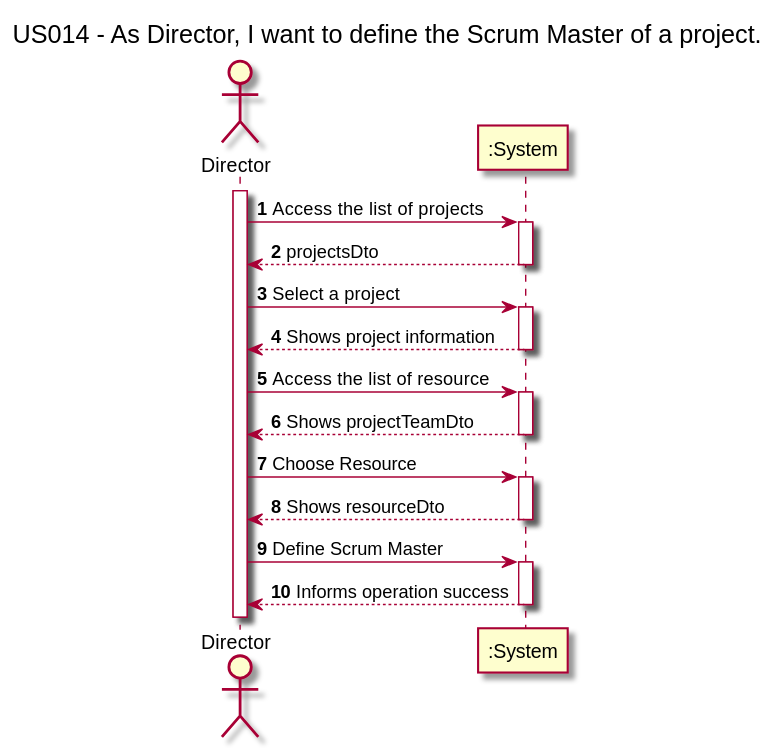
nunogon1211787/projectManagement keeps this PlantUML diagram as docs/Sprint2/US014/US014-SSD.svg. Above is the earlier version.
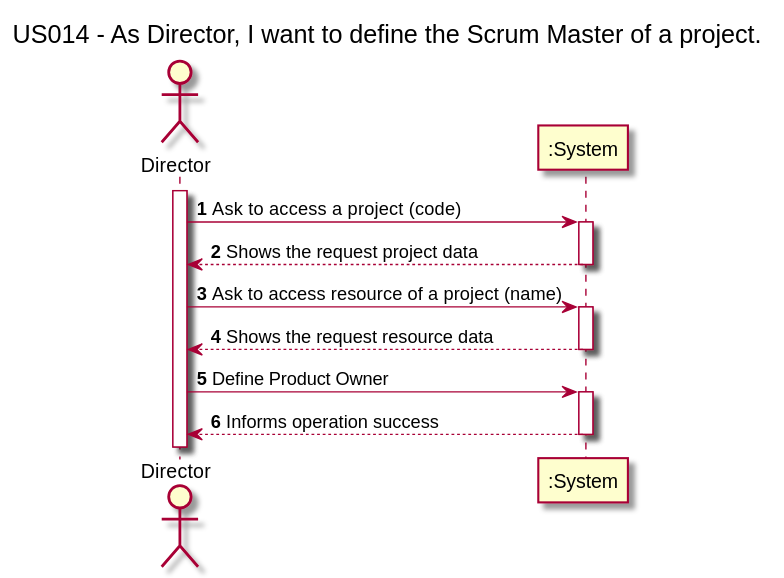
Later version of the same file.

The edit, as a diff of the source:
```diff
@@ -9,16 +9,11 @@
 
 activate Director
 
-Director -> System: Access the list of projects
-System --> Director: projectsDto
-Director -> System: Select a project
-System --> Director: Shows project information
-Director -> System: Access the list of resource
-System --> Director: Shows projectTeamDto
-Director -> System: Choose Resource
-System --> Director: Shows resourceDto
-Director -> System: Define Scrum Master
+Director -> System: Ask to access a project (code)
+System --> Director: Shows the request project data
+Director -> System: Ask to access resource of a project (name)
+System --> Director: Shows the request resource data
+Director -> System: Define Product Owner
 System --> Director: Informs operation success
 
-
 @enduml
```
